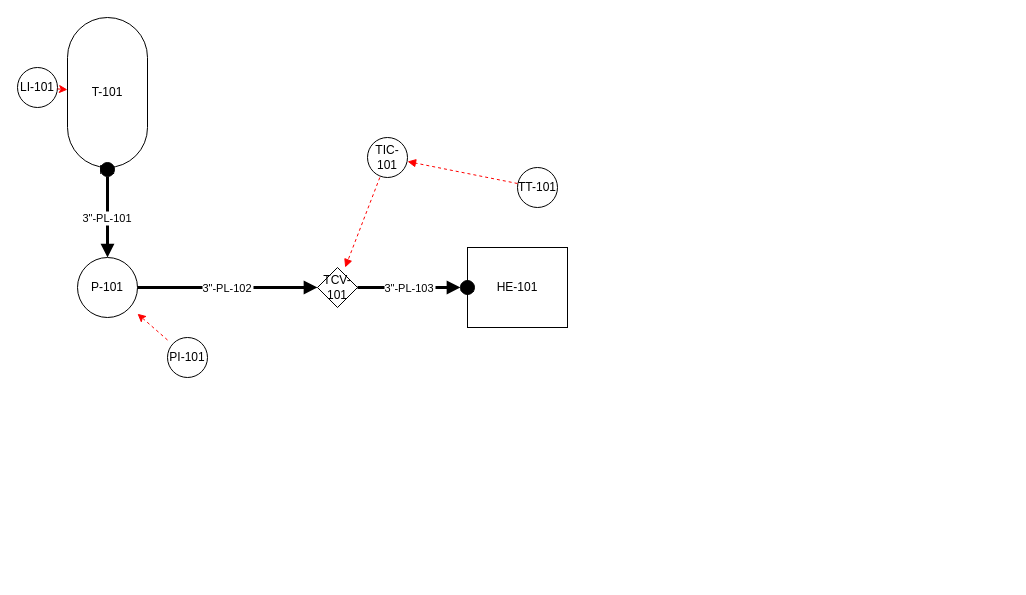
Earlier version of the draw.io diagram packages/drawio-library/examples/test-simple.drawio (iutrera/pid-inteligente). Source tidied: cells renumbered, new cells numbered last; positions are measured from the earlier drawing's top-left corner, leaving out a move shared by most shapes. Both pictures are drawn from the tidied source at 100%, with x=0, y=0 at pixel (17, 17).
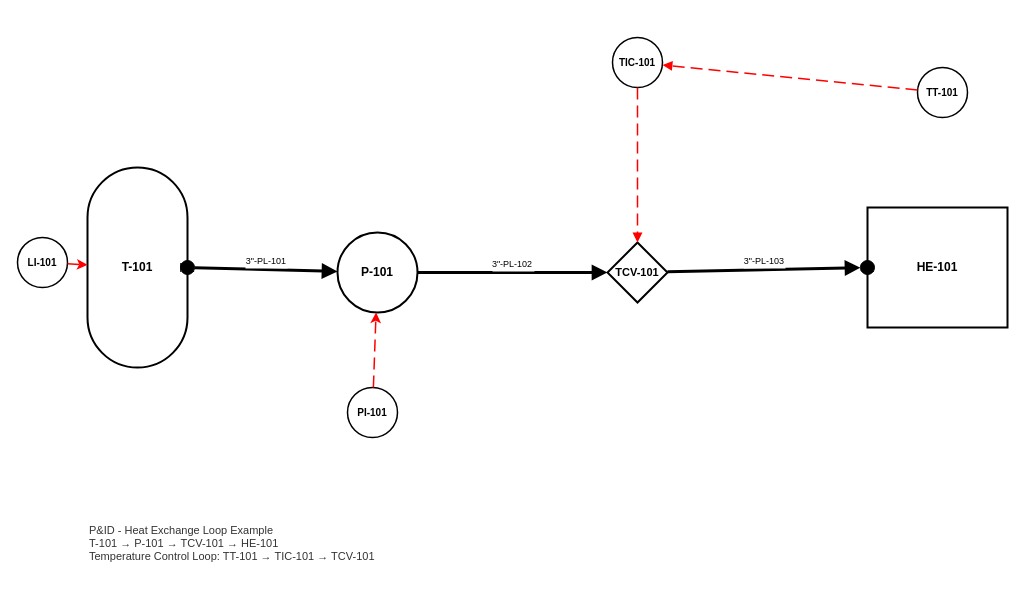
Above is the later version.

Commit message (it also covers changes not shown here):
milestone: MVP funcional con visor Draw.io, auto-layout, MCP prompts y editor integrado

Change to the diagram source:
```diff
@@
-    <mxCell id="4" value="T-101" style="shape=rectangle;whiteSpace=wrap;rounded=1;arcSize=50;" parent="1" vertex="1">
-      <mxGeometry x="50" width="80" height="150" as="geometry" />
+    <mxCell id="4" value="T-101" style="shape=rectangle;whiteSpace=wrap;rounded=1;arcSize=50;fillColor=#FFFFFF;strokeColor=#000000;strokeWidth=2;fontSize=12;fontStyle=1;" parent="1" vertex="1">
+      <mxGeometry x="70" y="150" width="100" height="200" as="geometry" />
     </mxCell>
-    <mxCell id="5" value="N1" style="shape=ellipse;fillColor=#000000;" parent="1" vertex="1">
-      <mxGeometry x="83" y="145" width="14" height="14" as="geometry" />
+    <mxCell id="5" value="N1" style="shape=ellipse;fillColor=#000000;strokeColor=#000000;" parent="1" vertex="1">
+      <mxGeometry x="163" y="243" width="14" height="14" as="geometry" />
     </mxCell>
-    <mxCell id="6" value="P-101" style="shape=ellipse;whiteSpace=wrap;" parent="1" vertex="1">
-      <mxGeometry x="60" y="240" width="60" height="60" as="geometry" />
+    <mxCell id="6" value="P-101" style="shape=ellipse;whiteSpace=wrap;fillColor=#FFFFFF;strokeColor=#000000;strokeWidth=2;fontSize=12;fontStyle=1;" parent="1" vertex="1">
+      <mxGeometry x="320" y="215" width="80" height="80" as="geometry" />
     </mxCell>
-    <mxCell id="7" value="TCV-101" style="shape=rhombus;whiteSpace=wrap;" parent="1" vertex="1">
-      <mxGeometry x="300" y="250" width="40" height="40" as="geometry" />
+    <mxCell id="7" value="TCV-101" style="shape=rhombus;whiteSpace=wrap;fillColor=#FFFFFF;strokeColor=#000000;strokeWidth=2;fontSize=11;fontStyle=1;" parent="1" vertex="1">
+      <mxGeometry x="590" y="225" width="60" height="60" as="geometry" />
     </mxCell>
-    <mxCell id="8" value="HE-101" style="shape=rectangle;whiteSpace=wrap;" parent="1" vertex="1">
-      <mxGeometry x="450" y="230" width="100" height="80" as="geometry" />
+    <mxCell id="8" value="HE-101" style="shape=rectangle;whiteSpace=wrap;fillColor=#FFFFFF;strokeColor=#000000;strokeWidth=2;fontSize=12;fontStyle=1;" parent="1" vertex="1">
+      <mxGeometry x="850" y="190" width="140" height="120" as="geometry" />
     </mxCell>
-    <mxCell id="9" value="S1" style="shape=ellipse;fillColor=#000000;" parent="1" vertex="1">
-      <mxGeometry x="443" y="263" width="14" height="14" as="geometry" />
+    <mxCell id="9" value="S1" style="shape=ellipse;fillColor=#000000;strokeColor=#000000;" parent="1" vertex="1">
+      <mxGeometry x="843" y="243" width="14" height="14" as="geometry" />
     </mxCell>
-    <mxCell id="10" value="3&quot;-PL-101" style="endArrow=block;strokeWidth=3;endFill=1;" parent="1" edge="1" source="5" target="6">
+    <mxCell id="10" value="3&quot;-PL-101" style="endArrow=block;strokeColor=#000000;strokeWidth=3;endFill=1;endSize=8;fontSize=9;labelPosition=center;verticalLabelPosition=top;align=center;verticalAlign=bottom;" parent="1" edge="1" source="5" target="6">
       <mxGeometry relative="1" as="geometry" />
     </mxCell>
-    <mxCell id="11" value="3&quot;-PL-102" style="endArrow=block;strokeWidth=3;endFill=1;" parent="1" edge="1" source="6" target="7">
+    <mxCell id="11" value="3&quot;-PL-102" style="endArrow=block;strokeColor=#000000;strokeWidth=3;endFill=1;endSize=8;fontSize=9;labelPosition=center;verticalLabelPosition=top;align=center;verticalAlign=bottom;" parent="1" edge="1" source="6" target="7">
       <mxGeometry relative="1" as="geometry" />
     </mxCell>
-    <mxCell id="12" value="3&quot;-PL-103" style="endArrow=block;strokeWidth=3;endFill=1;" parent="1" edge="1" source="7" target="9">
+    <mxCell id="12" value="3&quot;-PL-103" style="endArrow=block;strokeColor=#000000;strokeWidth=3;endFill=1;endSize=8;fontSize=9;labelPosition=center;verticalLabelPosition=top;align=center;verticalAlign=bottom;" parent="1" edge="1" source="7" target="9">
       <mxGeometry relative="1" as="geometry" />
     </mxCell>
-    <mxCell id="13" value="TT-101" style="shape=ellipse;whiteSpace=wrap;" parent="2" vertex="1">
-      <mxGeometry x="500" y="150" width="40" height="40" as="geometry" />
+    <mxCell id="13" value="TT-101" style="shape=ellipse;whiteSpace=wrap;fillColor=#FFFFFF;strokeColor=#000000;strokeWidth=1.5;fontSize=10;fontStyle=1;" parent="2" vertex="1">
+      <mxGeometry x="900" y="50" width="50" height="50" as="geometry" />
     </mxCell>
-    <mxCell id="14" value="TIC-101" style="shape=ellipse;whiteSpace=wrap;" parent="2" vertex="1">
-      <mxGeometry x="350" y="120" width="40" height="40" as="geometry" />
+    <mxCell id="14" value="TIC-101" style="shape=ellipse;whiteSpace=wrap;fillColor=#FFFFFF;strokeColor=#000000;strokeWidth=1.5;fontSize=10;fontStyle=1;" parent="2" vertex="1">
+      <mxGeometry x="595" y="20" width="50" height="50" as="geometry" />
     </mxCell>
-    <mxCell id="15" value="LI-101" style="shape=ellipse;whiteSpace=wrap;" parent="2" vertex="1">
-      <mxGeometry y="50" width="40" height="40" as="geometry" />
+    <mxCell id="15" value="LI-101" style="shape=ellipse;whiteSpace=wrap;fillColor=#FFFFFF;strokeColor=#000000;strokeWidth=1.5;fontSize=10;fontStyle=1;" parent="2" vertex="1">
+      <mxGeometry y="220" width="50" height="50" as="geometry" />
     </mxCell>
-    <mxCell id="16" value="PI-101" style="shape=ellipse;whiteSpace=wrap;" parent="2" vertex="1">
-      <mxGeometry x="150" y="320" width="40" height="40" as="geometry" />
+    <mxCell id="16" value="PI-101" style="shape=ellipse;whiteSpace=wrap;fillColor=#FFFFFF;strokeColor=#000000;strokeWidth=1.5;fontSize=10;fontStyle=1;" parent="2" vertex="1">
+      <mxGeometry x="330" y="370" width="50" height="50" as="geometry" />
     </mxCell>
-    <mxCell id="17" style="strokeColor=#FF0000;strokeWidth=1;dashed=1;endArrow=block;endFill=1;" parent="2" edge="1" source="13" target="14">
+    <mxCell id="17" style="strokeColor=#FF0000;strokeWidth=1.5;dashed=1;dashPattern=8 4;endArrow=block;endFill=1;endSize=6;" parent="2" edge="1" source="13" target="14">
       <mxGeometry relative="1" as="geometry" />
     </mxCell>
-    <mxCell id="18" style="strokeColor=#FF0000;strokeWidth=1;dashed=1;endArrow=block;endFill=1;" parent="2" edge="1" source="14" target="7">
+    <mxCell id="18" style="strokeColor=#FF0000;strokeWidth=1.5;dashed=1;dashPattern=8 4;endArrow=block;endFill=1;endSize=6;" parent="2" edge="1" source="14" target="7">
       <mxGeometry relative="1" as="geometry" />
     </mxCell>
-    <mxCell id="19" style="strokeColor=#FF0000;strokeWidth=1;dashed=1;" parent="2" edge="1" source="15" target="4">
+    <mxCell id="19" style="strokeColor=#FF0000;strokeWidth=1.5;dashed=1;dashPattern=8 4;" parent="2" edge="1" source="15" target="4">
       <mxGeometry relative="1" as="geometry" />
     </mxCell>
-    <mxCell id="20" style="strokeColor=#FF0000;strokeWidth=1;dashed=1;" parent="2" edge="1" source="16" target="6">
+    <mxCell id="20" style="strokeColor=#FF0000;strokeWidth=1.5;dashed=1;dashPattern=8 4;" parent="2" edge="1" source="16" target="6">
       <mxGeometry relative="1" as="geometry" />
     </mxCell>
+    <mxCell id="21" value="P&amp;ID - Heat Exchange Loop Example&#10;T-101 → P-101 → TCV-101 → HE-101&#10;Temperature Control Loop: TT-101 → TIC-101 → TCV-101" style="text;html=1;align=left;verticalAlign=top;whiteSpace=wrap;fontSize=11;fontColor=#333333;" parent="3" vertex="1">
+      <mxGeometry x="70" y="500" width="500" height="60" as="geometry" />
+    </mxCell>
```
